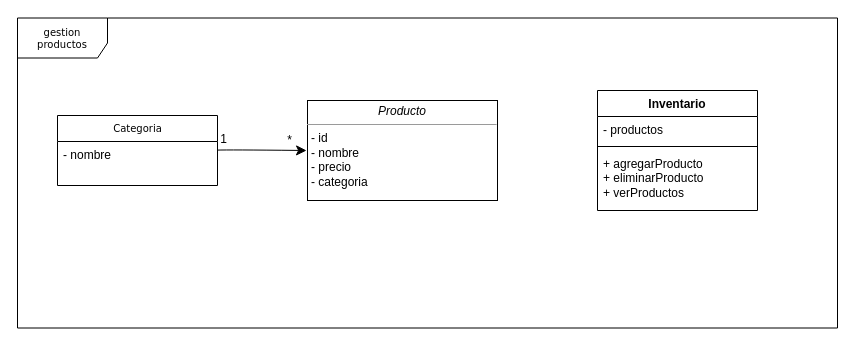
salomontillaUni/ejercicios_clase_9 keeps this draw.io diagram as uml_ejercicio_clase_9.drawio. Above is the earlier version. Source tidied: cells renumbered, new cells numbered last; positions are measured from the earlier drawing's top-left corner, leaving out a move shared by most shapes. Both pictures are drawn from the tidied source at 100%, with x=0, y=0 at pixel (17, 18).
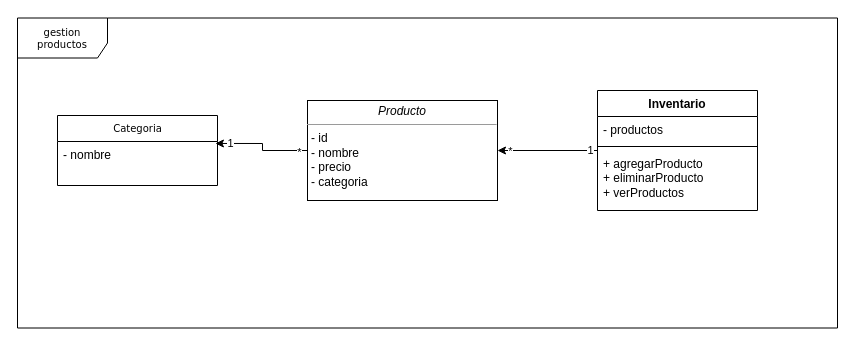
Above is the later version.

Commit message (it also covers changes not shown here):
agregar png del diagrama

Unchanged cells that the change refers to:
```xml
<mxCell id="4" value="&lt;div&gt;- nombre&lt;/div&gt;" style="text;html=1;strokeColor=none;fillColor=none;align=left;verticalAlign=top;spacingLeft=4;spacingRight=4;whiteSpace=wrap;overflow=hidden;points=[[0,0.5],[1,0.5]];portConstraint=eastwest;" parent="3" vertex="1">
  <mxGeometry y="26" width="160" height="44" as="geometry" />
</mxCell>
<mxCell id="10" value="&lt;p style=&quot;margin:0px;margin-top:4px;text-align:center;&quot;&gt;&lt;i&gt;Producto&lt;/i&gt;&lt;/p&gt;&lt;hr size=&quot;1&quot;&gt;&lt;p style=&quot;margin:0px;margin-left:4px;&quot;&gt;- id&lt;/p&gt;&lt;p style=&quot;margin:0px;margin-left:4px;&quot;&gt;- nombre&lt;/p&gt;&lt;p style=&quot;margin:0px;margin-left:4px;&quot;&gt;- precio&lt;/p&gt;&lt;p style=&quot;margin:0px;margin-left:4px;&quot;&gt;- categoria&amp;nbsp;&lt;/p&gt;&lt;p style=&quot;margin:0px;margin-left:4px;&quot;&gt;&lt;br&gt;&lt;/p&gt;" style="verticalAlign=top;align=left;overflow=fill;fontSize=12;fontFamily=Helvetica;html=1;rounded=0;shadow=0;comic=0;labelBackgroundColor=none;strokeWidth=1;" parent="1" vertex="1">
  <mxGeometry x="290" y="82" width="190" height="100" as="geometry" />
</mxCell>
<mxCell id="18" value="Inventario" style="swimlane;fontStyle=1;align=center;verticalAlign=top;horizontal=1;startSize=26;whiteSpace=wrap;html=1;" parent="1" vertex="1">
  <mxGeometry x="580" y="72" width="160" height="120" as="geometry" />
</mxCell>
```

Diff of the diagram source:
```diff
@@
+    <mxCell id="25" style="edgeStyle=orthogonalEdgeStyle;rounded=0;jettySize=auto;html=1;entryX=1;entryY=0.5;entryDx=0;entryDy=0;" parent="1" edge="1" source="18" target="10">
+      <mxGeometry relative="1" as="geometry" />
+    </mxCell>
+    <mxCell id="26" value="1" style="edgeLabel;html=1;align=center;verticalAlign=middle;" parent="25" vertex="1">
+      <mxGeometry x="-0.84" y="-1" relative="1" as="geometry" />
+    </mxCell>
+    <mxCell id="27" value="*" style="edgeLabel;html=1;align=center;verticalAlign=middle;" parent="25" vertex="1">
+      <mxGeometry x="0.76" relative="1" as="geometry" />
+    </mxCell>
@@
-    <mxCell id="22" style="edgeStyle=none;curved=1;rounded=0;jettySize=auto;html=1;fontSize=12;startSize=8;endSize=8;entryX=-0.005;entryY=0.5;entryDx=0;entryDy=0;entryPerimeter=0;" parent="1" edge="1" target="10">
-      <mxGeometry relative="1" as="geometry">
-        <mxPoint x="200" y="131.6" as="sourcePoint" />
-        <Array as="points">
-          <mxPoint x="210" y="131.2" />
-        </Array>
-      </mxGeometry>
-    </mxCell>
-    <mxCell id="23" value="1" style="edgeLabel;html=1;align=center;verticalAlign=middle;fontSize=12;" parent="22" vertex="1">
-      <mxGeometry x="-0.92" relative="1" as="geometry">
-        <mxPoint x="2" y="-11" as="offset" />
-      </mxGeometry>
-    </mxCell>
-    <mxCell id="24" value="*" style="edgeLabel;html=1;align=center;verticalAlign=middle;fontSize=12;" parent="22" vertex="1">
-      <mxGeometry x="0.62" relative="1" as="geometry">
-        <mxPoint y="-10" as="offset" />
-      </mxGeometry>
-    </mxCell>
+    <mxCell id="28" style="edgeStyle=orthogonalEdgeStyle;rounded=0;jettySize=auto;html=1;entryX=0.987;entryY=0.045;entryDx=0;entryDy=0;entryPerimeter=0;" parent="1" edge="1" source="10" target="4">
+      <mxGeometry relative="1" as="geometry" />
+    </mxCell>
+    <mxCell id="29" value="*" style="edgeLabel;html=1;align=center;verticalAlign=middle;" parent="28" vertex="1">
+      <mxGeometry x="-0.81" y="1" relative="1" as="geometry" />
+    </mxCell>
+    <mxCell id="30" value="1" style="edgeLabel;html=1;align=center;verticalAlign=middle;" parent="28" vertex="1">
+      <mxGeometry x="0.72" relative="1" as="geometry" />
+    </mxCell>
```
